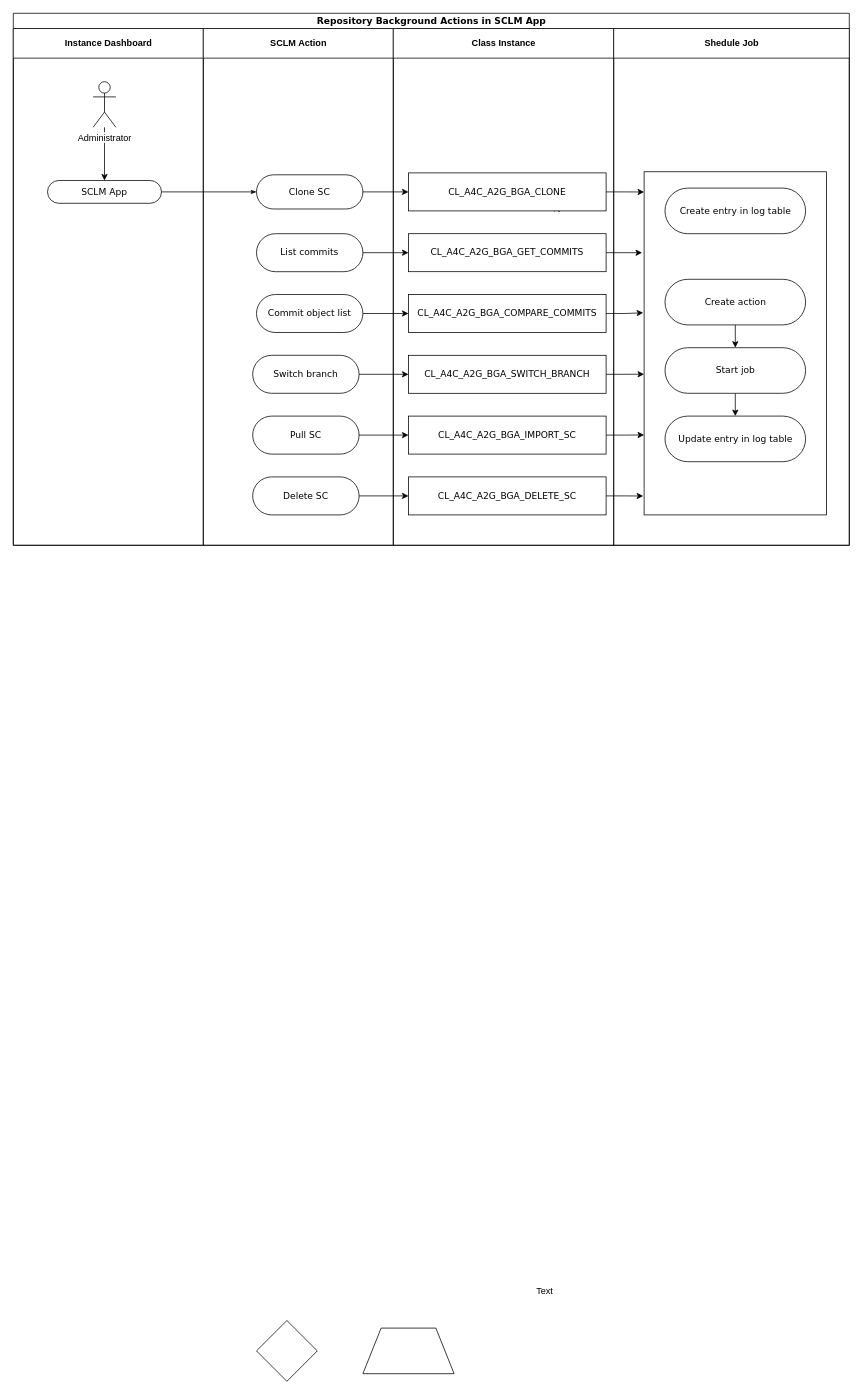
The draw.io diagram Untitled Diagram.drawio in derev-o/home, before the edit. Source tidied: cells renumbered, new cells numbered last; positions are measured from the earlier drawing's top-left corner, leaving out a move shared by most shapes. Both pictures are drawn from the tidied source at 76%, with x=0, y=0 at pixel (13, 13).
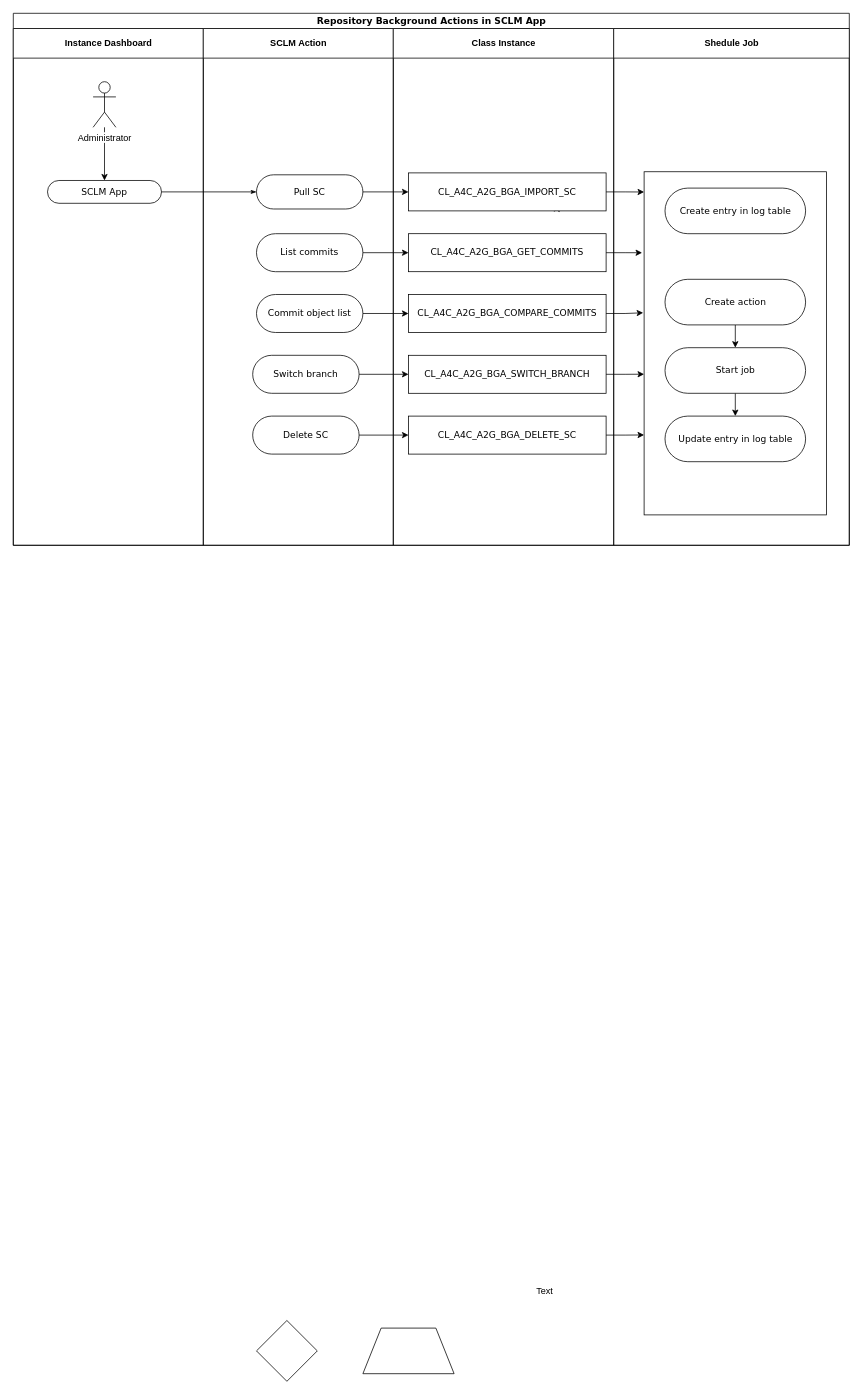
The same page after the edit.

The change refers to these unchanged cells:
```xml
<mxCell id="5" value="Repository Background Actions in SCLM App" style="swimlane;html=1;startSize=20;rounded=0;shadow=0;comic=0;labelBackgroundColor=none;strokeWidth=1;fontFamily=Verdana;fontSize=12;align=center;" parent="1" vertex="1">
  <mxGeometry width="1100" height="700" as="geometry" />
</mxCell>
<mxCell id="10" value="SCLM Action" style="swimlane;html=1;startSize=39;" parent="5" vertex="1">
  <mxGeometry x="250" y="20" width="250" height="680" as="geometry" />
</mxCell>
<mxCell id="17" value="Class Instance" style="swimlane;html=1;startSize=39;" parent="5" vertex="1">
  <mxGeometry x="500" y="20" width="290" height="680" as="geometry" />
</mxCell>
<mxCell id="33" style="rounded=0;whiteSpace=wrap;html=1;" parent="32" vertex="1">
  <mxGeometry x="40" y="188.5" width="240" height="451.5" as="geometry" />
</mxCell>
```

Diff of the diagram source:
```diff
@@
-    <mxCell id="12" value="Clone SC" style="rounded=1;whiteSpace=wrap;html=1;shadow=0;comic=0;labelBackgroundColor=none;strokeWidth=1;fontFamily=Verdana;fontSize=12;align=center;arcSize=50;" parent="10" vertex="1">
+    <mxCell id="12" value="Pull SC" style="rounded=1;whiteSpace=wrap;html=1;shadow=0;comic=0;labelBackgroundColor=none;strokeWidth=1;fontFamily=Verdana;fontSize=12;align=center;arcSize=50;" parent="10" vertex="1">
       <mxGeometry x="70" y="192.5" width="140" height="45" as="geometry" />
     </mxCell>
@@
-    <mxCell id="15" value="Pull SC" style="rounded=1;whiteSpace=wrap;html=1;shadow=0;comic=0;labelBackgroundColor=none;strokeWidth=1;fontFamily=Verdana;fontSize=12;align=center;arcSize=50;" parent="10" vertex="1">
+    <mxCell id="15" value="Delete SC" style="rounded=1;whiteSpace=wrap;html=1;shadow=0;comic=0;labelBackgroundColor=none;strokeWidth=1;fontFamily=Verdana;fontSize=12;align=center;arcSize=50;" parent="10" vertex="1">
       <mxGeometry x="65" y="510" width="140" height="50" as="geometry" />
     </mxCell>
-    <mxCell id="16" value="Delete SC" style="rounded=1;whiteSpace=wrap;html=1;shadow=0;comic=0;labelBackgroundColor=none;strokeWidth=1;fontFamily=Verdana;fontSize=12;align=center;arcSize=50;" parent="10" vertex="1">
-      <mxGeometry x="65" y="590" width="140" height="50" as="geometry" />
-    </mxCell>
@@
-    <mxCell id="19" value="CL_A4C_A2G_BGA_IMPORT_SC" style="rounded=0;whiteSpace=wrap;html=1;shadow=0;comic=0;labelBackgroundColor=none;strokeWidth=1;fontFamily=Verdana;fontSize=12;align=center;arcSize=50;" parent="17" vertex="1">
+    <mxCell id="19" value="CL_A4C_A2G_BGA_DELETE_SC" style="rounded=0;whiteSpace=wrap;html=1;shadow=0;comic=0;labelBackgroundColor=none;strokeWidth=1;fontFamily=Verdana;fontSize=12;align=center;arcSize=50;" parent="17" vertex="1">
       <mxGeometry x="20" y="510" width="260" height="50" as="geometry" />
     </mxCell>
@@
-    <mxCell id="22" value="CL_A4C_A2G_BGA_CLONE" style="rounded=0;whiteSpace=wrap;html=1;shadow=0;comic=0;labelBackgroundColor=none;strokeWidth=1;fontFamily=Verdana;fontSize=12;align=center;arcSize=50;" parent="17" vertex="1">
+    <mxCell id="22" value="CL_A4C_A2G_BGA_IMPORT_SC" style="rounded=0;whiteSpace=wrap;html=1;shadow=0;comic=0;labelBackgroundColor=none;strokeWidth=1;fontFamily=Verdana;fontSize=12;align=center;arcSize=50;" parent="17" vertex="1">
       <mxGeometry x="20" y="190" width="260" height="50" as="geometry" />
     </mxCell>
@@
-    <mxCell id="24" value="CL_A4C_A2G_BGA_DELETE_SC" style="rounded=0;whiteSpace=wrap;html=1;shadow=0;comic=0;labelBackgroundColor=none;strokeWidth=1;fontFamily=Verdana;fontSize=12;align=center;arcSize=50;" parent="17" vertex="1">
-      <mxGeometry x="20" y="590" width="260" height="50" as="geometry" />
-    </mxCell>
@@
-    <mxCell id="31" style="edgeStyle=orthogonalEdgeStyle;rounded=0;jettySize=auto;html=1;exitX=1;exitY=0.5;exitDx=0;exitDy=0;entryX=0;entryY=0.5;entryDx=0;entryDy=0;" parent="5" edge="1" source="16" target="24">
-      <mxGeometry relative="1" as="geometry" />
-    </mxCell>
@@
-    <mxCell id="45" style="edgeStyle=orthogonalEdgeStyle;rounded=0;jettySize=auto;html=1;exitX=1;exitY=0.5;exitDx=0;exitDy=0;entryX=-0.005;entryY=0.945;entryDx=0;entryDy=0;entryPerimeter=0;" parent="5" edge="1" source="24" target="33">
-      <mxGeometry relative="1" as="geometry" />
-    </mxCell>
```
